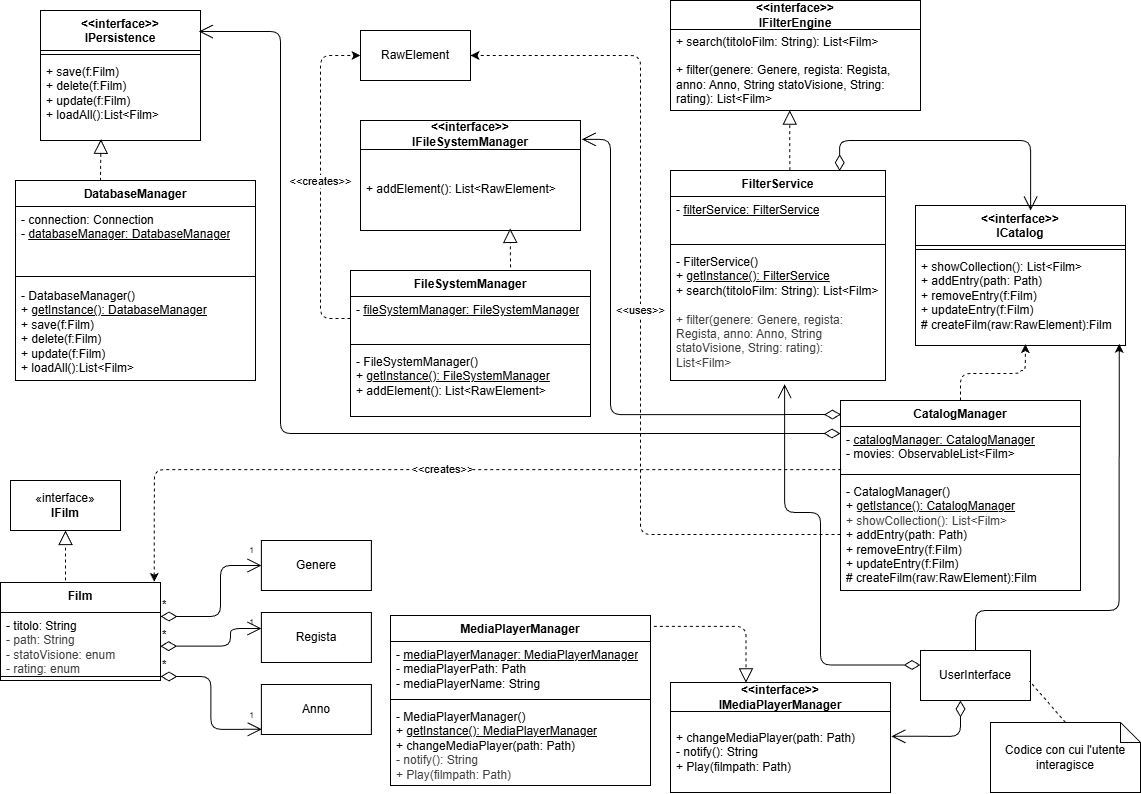
Earlier version of the draw.io export src/main/docs/Class Diagram.drawio.png (Michele-Arnoni/Cine-Rolodex). Source tidied: cells renumbered, new cells last; positions are measured from the earlier drawing's top-left corner, leaving out a move shared by most shapes.
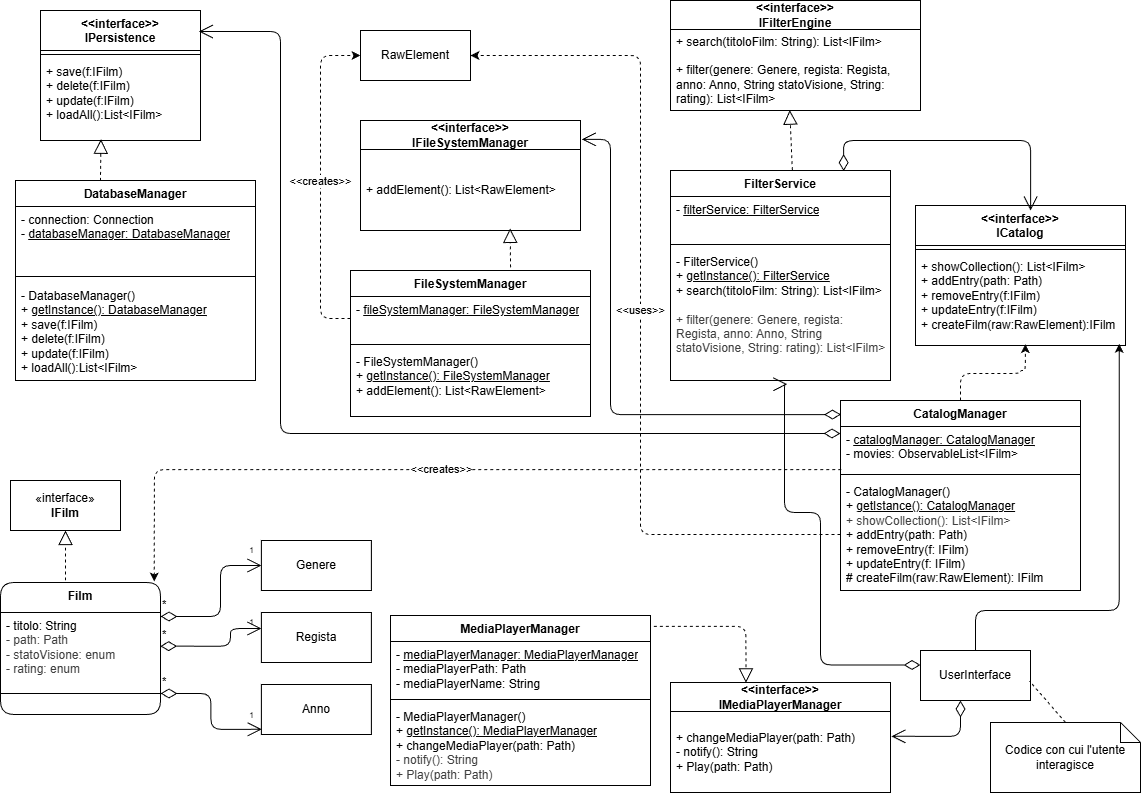
After the change.

Commit message:
docs: FineTuning architetturale del Class Diagram. Working on #15. Sono stati corretti alcuni errori logici tra cui l'uso dei riferimenti alle classi concrete anzichè alle interfacce.

Change to the diagram source:
```diff
@@ -10,3 +10,3 @@
     </mxCell>
-    <mxCell id="4" value="+ save(f:Film)&lt;div&gt;&lt;span style=&quot;color: rgb(0, 0, 0);&quot;&gt;+ delete(f:Film)&lt;/span&gt;&lt;/div&gt;&lt;div&gt;&lt;span style=&quot;color: rgb(0, 0, 0);&quot;&gt;+ update(f:Film)&lt;/span&gt;&lt;span style=&quot;color: rgb(0, 0, 0);&quot;&gt;&lt;/span&gt;&lt;/div&gt;&lt;div&gt;&lt;span style=&quot;color: rgb(0, 0, 0);&quot;&gt;&lt;span style=&quot;color: rgb(0, 0, 0);&quot;&gt;+ loadAll():List&amp;lt;Film&amp;gt;&lt;/span&gt;&lt;/span&gt;&lt;/div&gt;" style="text;strokeColor=none;fillColor=none;align=left;verticalAlign=top;spacingLeft=4;spacingRight=4;overflow=hidden;points=[[0,0.5],[1,0.5]];portConstraint=eastwest;whiteSpace=wrap;html=1;" parent="2" vertex="1">
+    <mxCell id="4" value="+ save(f:IFilm)&lt;div&gt;&lt;span style=&quot;color: rgb(0, 0, 0);&quot;&gt;+ delete(f:IFilm)&lt;/span&gt;&lt;/div&gt;&lt;div&gt;&lt;span style=&quot;color: rgb(0, 0, 0);&quot;&gt;+ update(f:IFilm)&lt;/span&gt;&lt;span style=&quot;color: rgb(0, 0, 0);&quot;&gt;&lt;/span&gt;&lt;/div&gt;&lt;div&gt;&lt;span style=&quot;color: rgb(0, 0, 0);&quot;&gt;&lt;span style=&quot;color: rgb(0, 0, 0);&quot;&gt;+ loadAll():List&amp;lt;IFilm&amp;gt;&lt;/span&gt;&lt;/span&gt;&lt;/div&gt;" style="text;strokeColor=none;fillColor=none;align=left;verticalAlign=top;spacingLeft=4;spacingRight=4;overflow=hidden;points=[[0,0.5],[1,0.5]];portConstraint=eastwest;whiteSpace=wrap;html=1;" parent="2" vertex="1">
       <mxGeometry y="48" width="160" height="82" as="geometry" />
@@ -19,3 +19,3 @@
     </mxCell>
-    <mxCell id="7" value="&lt;div&gt;+ showCollection(): List&amp;lt;Film&amp;gt;&lt;/div&gt;+ addEntry(path: Path)&lt;div&gt;&lt;span style=&quot;color: rgb(0, 0, 0);&quot;&gt;+ removeEntry(f:Film)&lt;/span&gt;&lt;/div&gt;&lt;div&gt;&lt;span style=&quot;color: rgb(0, 0, 0);&quot;&gt;+ updateEntry(f:Film)&lt;/span&gt;&lt;span style=&quot;color: rgb(0, 0, 0);&quot;&gt;&lt;/span&gt;&lt;/div&gt;&lt;div&gt;&lt;span style=&quot;color: rgb(0, 0, 0);&quot;&gt;&lt;span style=&quot;color: rgb(0, 0, 0);&quot;&gt;# createFilm(raw:RawElement):Film&lt;/span&gt;&lt;/span&gt;&lt;/div&gt;" style="text;strokeColor=none;fillColor=none;align=left;verticalAlign=top;spacingLeft=4;spacingRight=4;overflow=hidden;points=[[0,0.5],[1,0.5]];portConstraint=eastwest;whiteSpace=wrap;html=1;" parent="5" vertex="1">
+    <mxCell id="7" value="&lt;div&gt;+ showCollection(): List&amp;lt;IFilm&amp;gt;&lt;/div&gt;+ addEntry(path: Path)&lt;div&gt;&lt;span style=&quot;color: rgb(0, 0, 0);&quot;&gt;+ removeEntry(f:IFilm)&lt;/span&gt;&lt;/div&gt;&lt;div&gt;&lt;span style=&quot;color: rgb(0, 0, 0);&quot;&gt;+ updateEntry(f:IFilm)&lt;/span&gt;&lt;span style=&quot;color: rgb(0, 0, 0);&quot;&gt;&lt;/span&gt;&lt;/div&gt;&lt;div&gt;&lt;span style=&quot;color: rgb(0, 0, 0);&quot;&gt;&lt;span style=&quot;color: rgb(0, 0, 0);&quot;&gt;+ createFilm(raw:RawElement):IFilm&lt;/span&gt;&lt;/span&gt;&lt;/div&gt;" style="text;strokeColor=none;fillColor=none;align=left;verticalAlign=top;spacingLeft=4;spacingRight=4;overflow=hidden;points=[[0,0.5],[1,0.5]];portConstraint=eastwest;whiteSpace=wrap;html=1;" parent="5" vertex="1">
       <mxGeometry y="48" width="210" height="92" as="geometry" />
@@ -31,3 +31,3 @@
     </mxCell>
-    <mxCell id="11" value="- DatabaseManager()&lt;div&gt;+ &lt;u&gt;getInstance(): DatabaseManager&lt;/u&gt;&lt;/div&gt;&lt;div&gt;&lt;span style=&quot;color: rgb(0, 0, 0);&quot;&gt;+ save(f:Film)&lt;/span&gt;&lt;div style=&quot;color: rgb(63, 63, 63); scrollbar-color: rgb(226, 226, 226) rgb(251, 251, 251);&quot;&gt;&lt;span style=&quot;scrollbar-color: rgb(226, 226, 226) rgb(251, 251, 251); color: rgb(0, 0, 0);&quot;&gt;+ delete(f:Film)&lt;/span&gt;&lt;/div&gt;&lt;div style=&quot;color: rgb(63, 63, 63); scrollbar-color: rgb(226, 226, 226) rgb(251, 251, 251);&quot;&gt;&lt;span style=&quot;scrollbar-color: rgb(226, 226, 226) rgb(251, 251, 251); color: rgb(0, 0, 0);&quot;&gt;+ update(f:Film)&lt;/span&gt;&lt;span style=&quot;scrollbar-color: rgb(226, 226, 226) rgb(251, 251, 251); color: rgb(0, 0, 0);&quot;&gt;&lt;/span&gt;&lt;/div&gt;&lt;div style=&quot;color: rgb(63, 63, 63); scrollbar-color: rgb(226, 226, 226) rgb(251, 251, 251);&quot;&gt;&lt;span style=&quot;scrollbar-color: rgb(226, 226, 226) rgb(251, 251, 251); color: rgb(0, 0, 0);&quot;&gt;+ loadAll():List&amp;lt;Film&amp;gt;&lt;/span&gt;&lt;/div&gt;&lt;/div&gt;" style="text;strokeColor=none;fillColor=none;align=left;verticalAlign=top;spacingLeft=4;spacingRight=4;overflow=hidden;whiteSpace=wrap;html=1;" parent="8" vertex="1">
+    <mxCell id="11" value="- DatabaseManager()&lt;div&gt;+ &lt;u&gt;getInstance(): DatabaseManager&lt;/u&gt;&lt;/div&gt;&lt;div&gt;&lt;span style=&quot;color: rgb(0, 0, 0);&quot;&gt;+ save(f:IFilm)&lt;/span&gt;&lt;div style=&quot;color: rgb(63, 63, 63); scrollbar-color: rgb(226, 226, 226) rgb(251, 251, 251);&quot;&gt;&lt;span style=&quot;scrollbar-color: rgb(226, 226, 226) rgb(251, 251, 251); color: rgb(0, 0, 0);&quot;&gt;+ delete(f:IFilm)&lt;/span&gt;&lt;/div&gt;&lt;div style=&quot;color: rgb(63, 63, 63); scrollbar-color: rgb(226, 226, 226) rgb(251, 251, 251);&quot;&gt;&lt;span style=&quot;scrollbar-color: rgb(226, 226, 226) rgb(251, 251, 251); color: rgb(0, 0, 0);&quot;&gt;+ update(f:IFilm)&lt;/span&gt;&lt;span style=&quot;scrollbar-color: rgb(226, 226, 226) rgb(251, 251, 251); color: rgb(0, 0, 0);&quot;&gt;&lt;/span&gt;&lt;/div&gt;&lt;div style=&quot;color: rgb(63, 63, 63); scrollbar-color: rgb(226, 226, 226) rgb(251, 251, 251);&quot;&gt;&lt;span style=&quot;scrollbar-color: rgb(226, 226, 226) rgb(251, 251, 251); color: rgb(0, 0, 0);&quot;&gt;+ loadAll():List&amp;lt;IFilm&amp;gt;&lt;/span&gt;&lt;/div&gt;&lt;/div&gt;" style="text;strokeColor=none;fillColor=none;align=left;verticalAlign=top;spacingLeft=4;spacingRight=4;overflow=hidden;whiteSpace=wrap;html=1;" parent="8" vertex="1">
       <mxGeometry y="102" width="240" height="98" as="geometry" />
@@ -40,3 +40,3 @@
     </mxCell>
-    <mxCell id="14" value="- &lt;u&gt;catalogManager: CatalogManager&lt;/u&gt;&lt;div&gt;- movies: ObservableList&amp;lt;Film&amp;gt;&lt;/div&gt;" style="text;strokeColor=none;fillColor=none;align=left;verticalAlign=top;spacingLeft=4;spacingRight=4;overflow=hidden;points=[[0,0.5],[1,0.5]];portConstraint=eastwest;whiteSpace=wrap;html=1;" parent="13" vertex="1">
+    <mxCell id="14" value="- &lt;u&gt;catalogManager: CatalogManager&lt;/u&gt;&lt;div&gt;- movies: ObservableList&amp;lt;IFilm&amp;gt;&lt;/div&gt;" style="text;strokeColor=none;fillColor=none;align=left;verticalAlign=top;spacingLeft=4;spacingRight=4;overflow=hidden;points=[[0,0.5],[1,0.5]];portConstraint=eastwest;whiteSpace=wrap;html=1;" parent="13" vertex="1">
       <mxGeometry y="26" width="240" height="44" as="geometry" />
@@ -46,9 +46,9 @@
     </mxCell>
-    <mxCell id="16" value="- CatalogManager()&lt;div&gt;+ &lt;u&gt;getIstance(): CatalogManager&lt;/u&gt;&lt;/div&gt;&lt;div&gt;&lt;div style=&quot;color: rgb(63, 63, 63); scrollbar-color: rgb(226, 226, 226) rgb(251, 251, 251);&quot;&gt;+ showCollection(): List&amp;lt;Film&amp;gt;&lt;/div&gt;&lt;span style=&quot;color: rgb(0, 0, 0);&quot;&gt;+ addEntry(path: Path)&lt;/span&gt;&lt;div style=&quot;color: rgb(63, 63, 63); scrollbar-color: rgb(226, 226, 226) rgb(251, 251, 251);&quot;&gt;&lt;span style=&quot;scrollbar-color: rgb(226, 226, 226) rgb(251, 251, 251); color: rgb(0, 0, 0);&quot;&gt;+ removeEntry(f:Film)&lt;/span&gt;&lt;/div&gt;&lt;div style=&quot;color: rgb(63, 63, 63); scrollbar-color: rgb(226, 226, 226) rgb(251, 251, 251);&quot;&gt;&lt;span style=&quot;scrollbar-color: rgb(226, 226, 226) rgb(251, 251, 251); color: rgb(0, 0, 0);&quot;&gt;+ updateEntry(f:Film)&lt;/span&gt;&lt;span style=&quot;scrollbar-color: rgb(226, 226, 226) rgb(251, 251, 251); color: rgb(0, 0, 0);&quot;&gt;&lt;/span&gt;&lt;/div&gt;&lt;div style=&quot;color: rgb(63, 63, 63); scrollbar-color: rgb(226, 226, 226) rgb(251, 251, 251);&quot;&gt;&lt;span style=&quot;scrollbar-color: rgb(226, 226, 226) rgb(251, 251, 251); color: rgb(0, 0, 0);&quot;&gt;# createFilm(raw:RawElement):Film&lt;/span&gt;&lt;/div&gt;&lt;/div&gt;" style="text;strokeColor=none;fillColor=none;align=left;verticalAlign=top;spacingLeft=4;spacingRight=4;overflow=hidden;points=[[0,0.5],[1,0.5]];portConstraint=eastwest;whiteSpace=wrap;html=1;" parent="13" vertex="1">
+    <mxCell id="16" value="- CatalogManager()&lt;div&gt;+ &lt;u&gt;getIstance(): CatalogManager&lt;/u&gt;&lt;/div&gt;&lt;div&gt;&lt;div style=&quot;color: rgb(63, 63, 63); scrollbar-color: rgb(226, 226, 226) rgb(251, 251, 251);&quot;&gt;+ showCollection(): List&amp;lt;IFilm&amp;gt;&lt;/div&gt;&lt;span style=&quot;color: rgb(0, 0, 0);&quot;&gt;+ addEntry(path: Path)&lt;/span&gt;&lt;div style=&quot;color: rgb(63, 63, 63); scrollbar-color: rgb(226, 226, 226) rgb(251, 251, 251);&quot;&gt;&lt;span style=&quot;scrollbar-color: rgb(226, 226, 226) rgb(251, 251, 251); color: rgb(0, 0, 0);&quot;&gt;+ removeEntry(f: IFilm)&lt;/span&gt;&lt;/div&gt;&lt;div style=&quot;color: rgb(63, 63, 63); scrollbar-color: rgb(226, 226, 226) rgb(251, 251, 251);&quot;&gt;&lt;span style=&quot;scrollbar-color: rgb(226, 226, 226) rgb(251, 251, 251); color: rgb(0, 0, 0);&quot;&gt;+ updateEntry(f: IFilm)&lt;/span&gt;&lt;span style=&quot;scrollbar-color: rgb(226, 226, 226) rgb(251, 251, 251); color: rgb(0, 0, 0);&quot;&gt;&lt;/span&gt;&lt;/div&gt;&lt;div style=&quot;color: rgb(63, 63, 63); scrollbar-color: rgb(226, 226, 226) rgb(251, 251, 251);&quot;&gt;&lt;span style=&quot;scrollbar-color: rgb(226, 226, 226) rgb(251, 251, 251); color: rgb(0, 0, 0);&quot;&gt;# createFilm(raw:RawElement): IFilm&lt;/span&gt;&lt;/div&gt;&lt;/div&gt;" style="text;strokeColor=none;fillColor=none;align=left;verticalAlign=top;spacingLeft=4;spacingRight=4;overflow=hidden;points=[[0,0.5],[1,0.5]];portConstraint=eastwest;whiteSpace=wrap;html=1;" parent="13" vertex="1">
       <mxGeometry y="78" width="240" height="112" as="geometry" />
     </mxCell>
-    <mxCell id="17" value="&lt;div&gt;Film&lt;/div&gt;" style="swimlane;fontStyle=1;align=center;verticalAlign=top;horizontal=1;startSize=30;whiteSpace=wrap;html=1;" parent="1" vertex="1">
-      <mxGeometry y="582" width="160" height="98" as="geometry" />
+    <mxCell id="17" value="&lt;div&gt;Film&lt;/div&gt;" style="swimlane;fontStyle=1;align=center;verticalAlign=top;horizontal=1;startSize=30;whiteSpace=wrap;html=1;swimlaneLine=1;glass=0;shadow=0;rounded=1;" parent="1" vertex="1">
+      <mxGeometry y="582" width="160" height="132" as="geometry" />
     </mxCell>
-    <mxCell id="18" value="- titolo: String&lt;div style=&quot;color: rgb(63, 63, 63); scrollbar-color: rgb(226, 226, 226) rgb(251, 251, 251);&quot;&gt;- path: String&lt;/div&gt;&lt;div style=&quot;color: rgb(63, 63, 63); scrollbar-color: rgb(226, 226, 226) rgb(251, 251, 251);&quot;&gt;- statoVisione: enum&lt;/div&gt;&lt;div style=&quot;color: rgb(63, 63, 63); scrollbar-color: rgb(226, 226, 226) rgb(251, 251, 251);&quot;&gt;- rating: enum&lt;/div&gt;" style="text;strokeColor=none;fillColor=none;align=left;verticalAlign=top;spacingLeft=4;spacingRight=4;overflow=hidden;points=[[0,0.5],[1,0.5]];portConstraint=eastwest;whiteSpace=wrap;html=1;" parent="17" vertex="1">
+    <mxCell id="18" value="- titolo: String&lt;div style=&quot;color: rgb(63, 63, 63); scrollbar-color: rgb(226, 226, 226) rgb(251, 251, 251);&quot;&gt;- path: Path&lt;/div&gt;&lt;div style=&quot;color: rgb(63, 63, 63); scrollbar-color: rgb(226, 226, 226) rgb(251, 251, 251);&quot;&gt;- statoVisione: enum&lt;/div&gt;&lt;div style=&quot;color: rgb(63, 63, 63); scrollbar-color: rgb(226, 226, 226) rgb(251, 251, 251);&quot;&gt;- rating: enum&lt;/div&gt;" style="text;strokeColor=none;fillColor=none;align=left;verticalAlign=top;spacingLeft=4;spacingRight=4;overflow=hidden;points=[[0,0.5],[1,0.5]];portConstraint=eastwest;whiteSpace=wrap;html=1;" parent="17" vertex="1">
       <mxGeometry y="30" width="160" height="60" as="geometry" />
@@ -56,3 +56,3 @@
     <mxCell id="19" style="line;strokeWidth=1;fillColor=none;align=left;verticalAlign=middle;spacingTop=-1;spacingLeft=3;spacingRight=3;labelPosition=right;points=[];portConstraint=eastwest;strokeColor=inherit;" parent="17" vertex="1">
-      <mxGeometry y="90" width="160" height="8" as="geometry" />
+      <mxGeometry y="90" width="160" height="42" as="geometry" />
     </mxCell>
@@ -119,3 +119,3 @@
     </mxCell>
-    <mxCell id="36" value="+ search(titoloFilm: String): List&amp;lt;Film&amp;gt;&lt;div&gt;&lt;font color=&quot;#000000&quot;&gt;&lt;br&gt;&lt;/font&gt;&lt;div&gt;+ filter(genere: Genere, regista: Regista, anno: Anno, String statoVisione, String: rating): List&amp;lt;Film&amp;gt;&lt;/div&gt;&lt;/div&gt;" style="text;html=1;strokeColor=none;fillColor=none;align=left;verticalAlign=middle;spacingLeft=4;spacingRight=4;overflow=hidden;points=[[0,0.5],[1,0.5]];portConstraint=eastwest;whiteSpace=wrap;" parent="35" vertex="1">
+    <mxCell id="36" value="+ search(titoloFilm: String): List&amp;lt;IFilm&amp;gt;&lt;div&gt;&lt;font color=&quot;#000000&quot;&gt;&lt;br&gt;&lt;/font&gt;&lt;div&gt;+ filter(genere: Genere, regista: Regista, anno: Anno, String statoVisione, String: rating): List&amp;lt;IFilm&amp;gt;&lt;/div&gt;&lt;/div&gt;" style="text;html=1;strokeColor=none;fillColor=none;align=left;verticalAlign=middle;spacingLeft=4;spacingRight=4;overflow=hidden;points=[[0,0.5],[1,0.5]];portConstraint=eastwest;whiteSpace=wrap;" parent="35" vertex="1">
       <mxGeometry y="29" width="250" height="81" as="geometry" />
@@ -128,3 +128,3 @@
     </mxCell>
-    <mxCell id="39" value="+ changeMediaPlayer(path: Path)&lt;div&gt;- notify(): String&lt;/div&gt;&lt;div&gt;+ Play(filmpath: Path)&lt;/div&gt;" style="text;html=1;strokeColor=none;fillColor=none;align=left;verticalAlign=middle;spacingLeft=4;spacingRight=4;overflow=hidden;points=[[0,0.5],[1,0.5]];portConstraint=eastwest;whiteSpace=wrap;" parent="38" vertex="1">
+    <mxCell id="39" value="+ changeMediaPlayer(path: Path)&lt;div&gt;- notify(): String&lt;/div&gt;&lt;div&gt;+ Play(path: Path)&lt;/div&gt;" style="text;html=1;strokeColor=none;fillColor=none;align=left;verticalAlign=middle;spacingLeft=4;spacingRight=4;overflow=hidden;points=[[0,0.5],[1,0.5]];portConstraint=eastwest;whiteSpace=wrap;" parent="38" vertex="1">
       <mxGeometry y="29" width="220" height="81" as="geometry" />
@@ -145,12 +145,12 @@
     <mxCell id="43" value="FilterService" style="swimlane;fontStyle=1;align=center;verticalAlign=top;horizontal=1;startSize=26;whiteSpace=wrap;html=1;" parent="1" vertex="1">
-      <mxGeometry x="670" y="170" width="215" height="210" as="geometry" />
+      <mxGeometry x="670" y="170" width="220" height="210" as="geometry" />
     </mxCell>
     <mxCell id="44" value="- &lt;u&gt;filterService: FilterService&lt;/u&gt;" style="text;strokeColor=none;fillColor=none;align=left;verticalAlign=top;spacingLeft=4;spacingRight=4;overflow=hidden;whiteSpace=wrap;html=1;" parent="43" vertex="1">
-      <mxGeometry y="26" width="215" height="44" as="geometry" />
+      <mxGeometry y="26" width="220" height="44" as="geometry" />
     </mxCell>
     <mxCell id="45" style="line;strokeWidth=1;fillColor=none;align=left;verticalAlign=middle;spacingTop=-1;spacingLeft=3;spacingRight=3;labelPosition=right;strokeColor=inherit;" parent="43" vertex="1">
-      <mxGeometry y="70" width="215" height="8" as="geometry" />
+      <mxGeometry y="70" width="220" height="8" as="geometry" />
     </mxCell>
-    <mxCell id="46" value="- FilterService()&lt;div&gt;+ &lt;u&gt;getInstance(): FilterService&lt;/u&gt;&lt;/div&gt;&lt;div&gt;&lt;span style=&quot;color: rgb(0, 0, 0);&quot;&gt;+ search(titoloFilm: String): List&amp;lt;Film&amp;gt;&lt;/span&gt;&lt;div style=&quot;color: rgb(63, 63, 63); scrollbar-color: rgb(226, 226, 226) rgb(251, 251, 251);&quot;&gt;&lt;font style=&quot;scrollbar-color: rgb(226, 226, 226) rgb(251, 251, 251);&quot;&gt;&lt;br style=&quot;color: rgb(63, 63, 63); scrollbar-color: rgb(226, 226, 226) rgb(251, 251, 251);&quot;&gt;&lt;/font&gt;&lt;div style=&quot;color: rgb(63, 63, 63); scrollbar-color: rgb(226, 226, 226) rgb(251, 251, 251);&quot;&gt;+ filter(genere: Genere, regista: Regista, anno: Anno, String statoVisione, String: rating): List&amp;lt;Film&amp;gt;&lt;/div&gt;&lt;/div&gt;&lt;/div&gt;" style="text;strokeColor=none;fillColor=none;align=left;verticalAlign=top;spacingLeft=4;spacingRight=4;overflow=hidden;points=[[0,0.5],[1,0.5]];portConstraint=eastwest;whiteSpace=wrap;html=1;" parent="43" vertex="1">
-      <mxGeometry y="78" width="215" height="132" as="geometry" />
+    <mxCell id="46" value="- FilterService()&lt;div&gt;+ &lt;u&gt;getInstance(): FilterService&lt;/u&gt;&lt;/div&gt;&lt;div&gt;&lt;span style=&quot;color: rgb(0, 0, 0);&quot;&gt;+ search(titoloFilm: String): List&amp;lt;IFilm&amp;gt;&lt;/span&gt;&lt;div style=&quot;color: rgb(63, 63, 63); scrollbar-color: rgb(226, 226, 226) rgb(251, 251, 251);&quot;&gt;&lt;font style=&quot;scrollbar-color: rgb(226, 226, 226) rgb(251, 251, 251);&quot;&gt;&lt;br style=&quot;color: rgb(63, 63, 63); scrollbar-color: rgb(226, 226, 226) rgb(251, 251, 251);&quot;&gt;&lt;/font&gt;&lt;div style=&quot;color: rgb(63, 63, 63); scrollbar-color: rgb(226, 226, 226) rgb(251, 251, 251);&quot;&gt;+ filter(genere: Genere, regista: Regista, anno: Anno, String statoVisione, String: rating): List&amp;lt;IFilm&amp;gt;&lt;/div&gt;&lt;/div&gt;&lt;/div&gt;" style="text;strokeColor=none;fillColor=none;align=left;verticalAlign=top;spacingLeft=4;spacingRight=4;overflow=hidden;points=[[0,0.5],[1,0.5]];portConstraint=eastwest;whiteSpace=wrap;html=1;" parent="43" vertex="1">
+      <mxGeometry y="78" width="220" height="132" as="geometry" />
     </mxCell>
@@ -165,3 +165,3 @@
     </mxCell>
-    <mxCell id="50" value="- MediaPlayerManager()&lt;div&gt;+ &lt;u&gt;getInstance(): MediaPlayerManager&lt;/u&gt;&lt;/div&gt;&lt;div&gt;&lt;span style=&quot;color: rgb(0, 0, 0);&quot;&gt;+ changeMediaPlayer(path: Path)&lt;/span&gt;&lt;div style=&quot;color: rgb(63, 63, 63); scrollbar-color: rgb(226, 226, 226) rgb(251, 251, 251);&quot;&gt;- notify(): String&lt;/div&gt;&lt;div style=&quot;color: rgb(63, 63, 63); scrollbar-color: rgb(226, 226, 226) rgb(251, 251, 251);&quot;&gt;+ Play(filmpath: Path)&lt;/div&gt;&lt;/div&gt;&lt;div&gt;&lt;br&gt;&lt;/div&gt;" style="text;strokeColor=none;fillColor=none;align=left;verticalAlign=top;spacingLeft=4;spacingRight=4;overflow=hidden;whiteSpace=wrap;html=1;" parent="47" vertex="1">
+    <mxCell id="50" value="- MediaPlayerManager()&lt;div&gt;+ &lt;u&gt;getInstance(): MediaPlayerManager&lt;/u&gt;&lt;/div&gt;&lt;div&gt;&lt;span style=&quot;color: rgb(0, 0, 0);&quot;&gt;+ changeMediaPlayer(path: Path)&lt;/span&gt;&lt;div style=&quot;color: rgb(63, 63, 63); scrollbar-color: rgb(226, 226, 226) rgb(251, 251, 251);&quot;&gt;- notify(): String&lt;/div&gt;&lt;div style=&quot;color: rgb(63, 63, 63); scrollbar-color: rgb(226, 226, 226) rgb(251, 251, 251);&quot;&gt;+ Play(path: Path)&lt;/div&gt;&lt;/div&gt;&lt;div&gt;&lt;br&gt;&lt;/div&gt;" style="text;strokeColor=none;fillColor=none;align=left;verticalAlign=top;spacingLeft=4;spacingRight=4;overflow=hidden;whiteSpace=wrap;html=1;" parent="47" vertex="1">
       <mxGeometry y="88" width="260" height="82" as="geometry" />
@@ -221,3 +221,3 @@
         <Array as="points">
-          <mxPoint x="839" y="140" />
+          <mxPoint x="843" y="140" />
           <mxPoint x="1030" y="140" />
```
